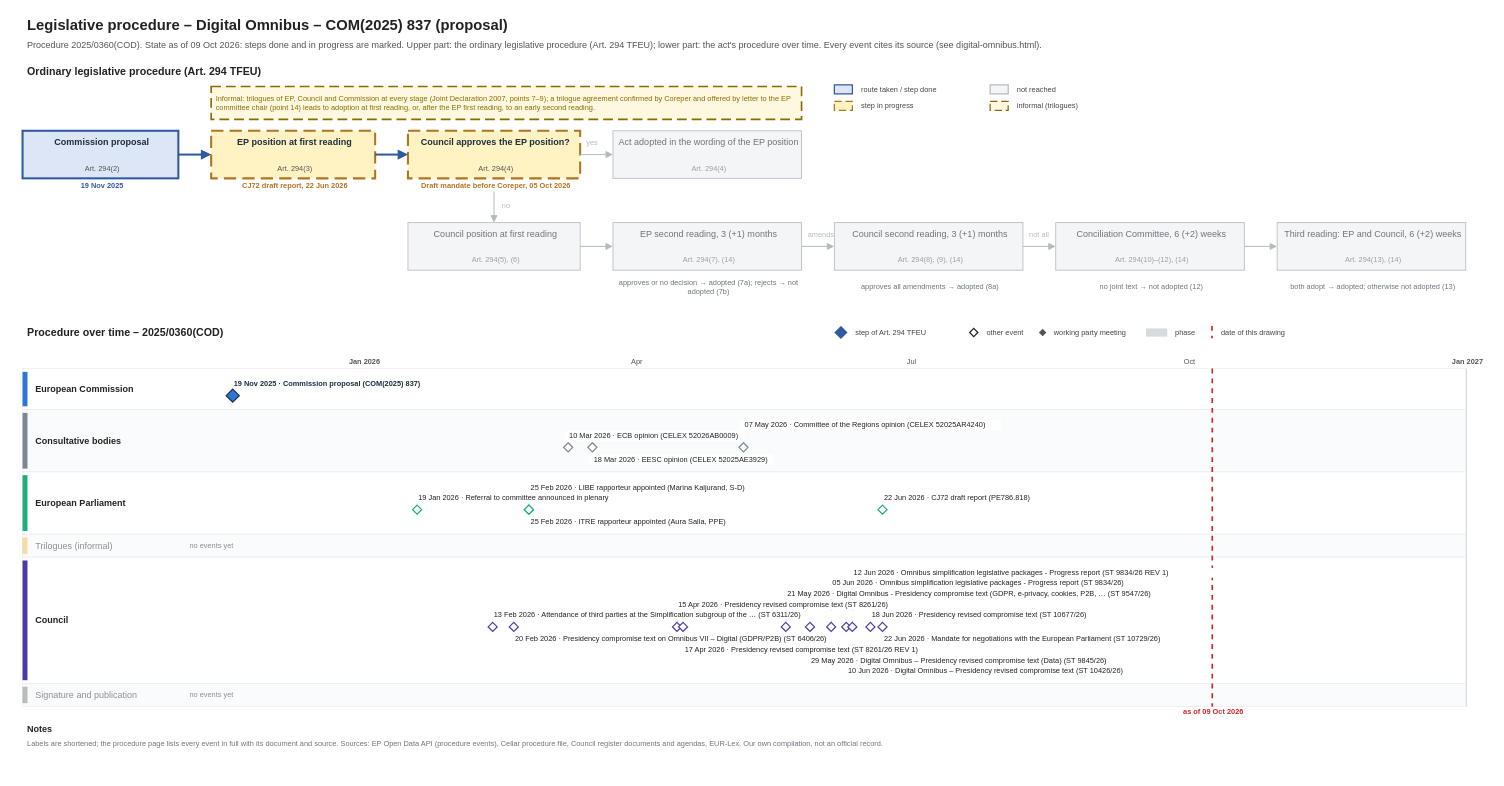
This is procedures/digital-omnibus.drawio from git-z0man/eu-regulation-timeline, a draw.io file, before an edit. Source tidied: cells renumbered, new cells numbered last; positions are measured from the earlier drawing's top-left corner, leaving out a move shared by most shapes. Both pictures are drawn from the tidied source at 82%, with x=0, y=0 at pixel (14, 14).
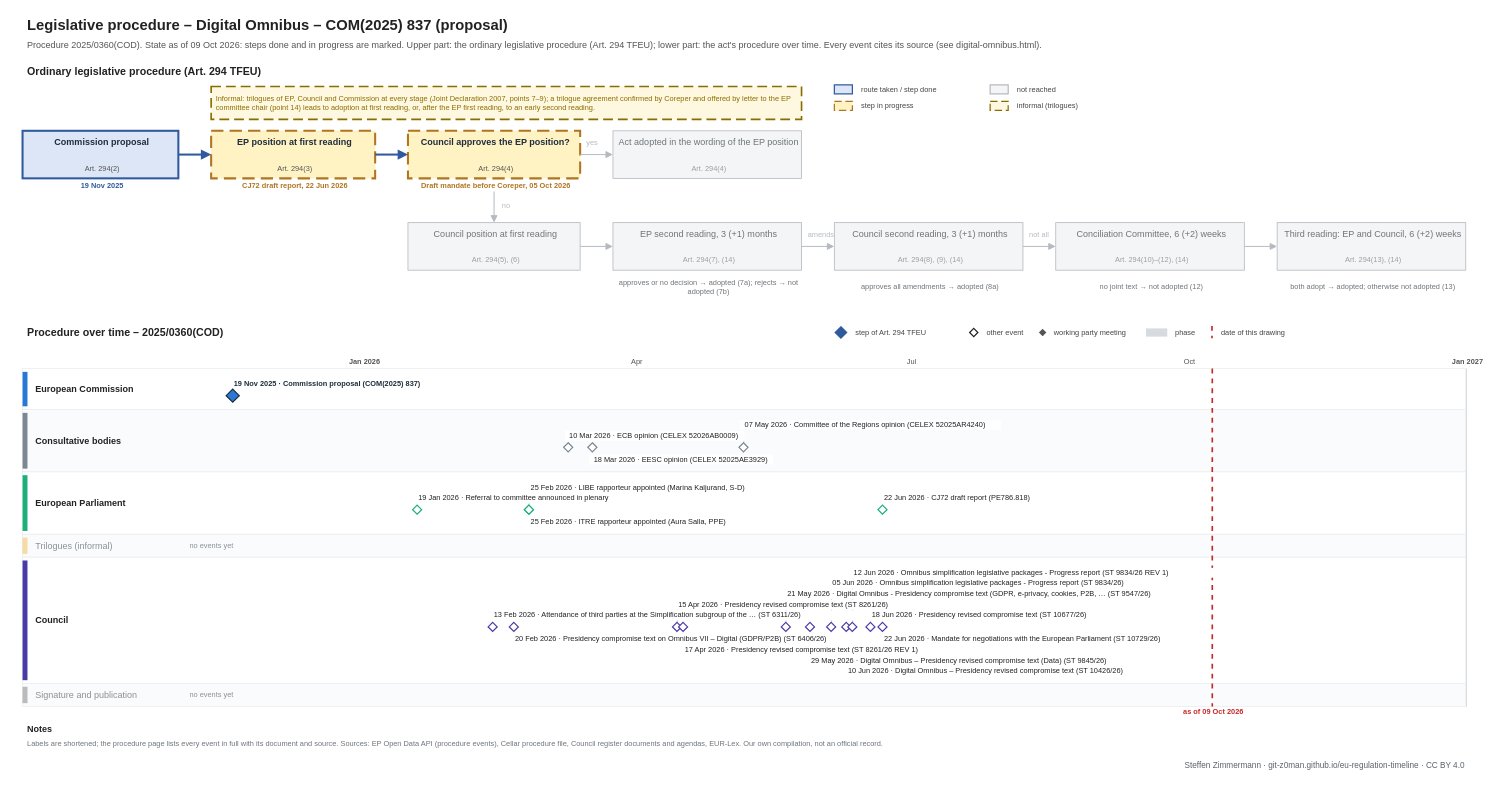
Above is the later version.

The edit, as a diff of the source:
```diff
@@
+    <mxCell id="163" value="Steffen Zimmermann · git-z0man.github.io/eu-regulation-timeline · CC BY 4.0" style="text;html=1;fontSize=10;fontColor=#5b646b;align=right;verticalAlign=middle;spacingLeft=4;" parent="1" vertex="1">
+      <mxGeometry x="10" y="908" width="1760" height="16" as="geometry" />
+    </mxCell>
```
